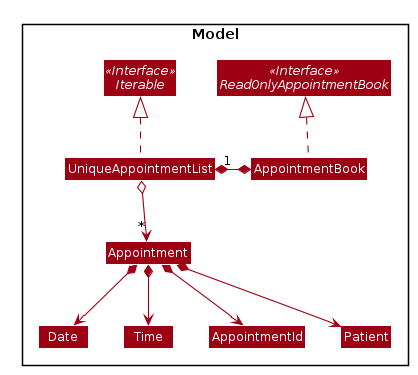
Above: docs/images/AssignModelClassDiagram.png in xz0127/tp (PlantUML), before the change.
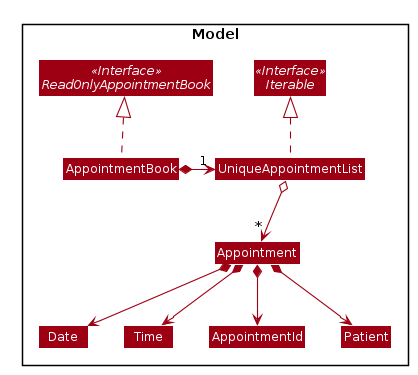
Above is the later version.

What changed in the source:
```diff
@@ -63,7 +63,7 @@
 class Patient
 
 AppointmentBook .up.|> ReadOnlyAppointmentBook
-AppointmentBook *-right-* "1" UniqueAppointmentList
+AppointmentBook *-right-> "1" UniqueAppointmentList
 UniqueAppointmentList .up.|> Iterable
 UniqueAppointmentList o--> "*" Appointment
 Appointment *--> Date
```
